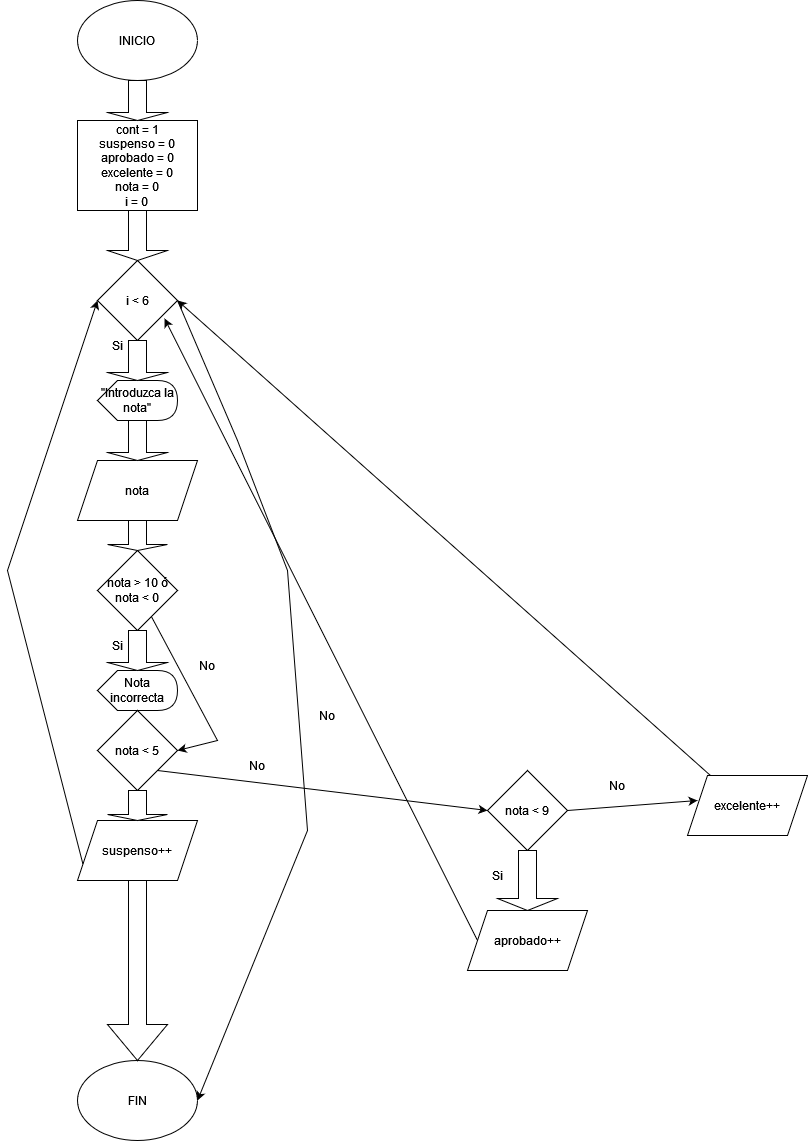
This is Ejercicio06.png from eumermondio/diagramasEntornosDesarrollo, a draw.io export, as it was before one commit. Source tidied: cells renumbered, new cells last; positions are measured from the earlier drawing's top-left corner, leaving out a move shared by most shapes.
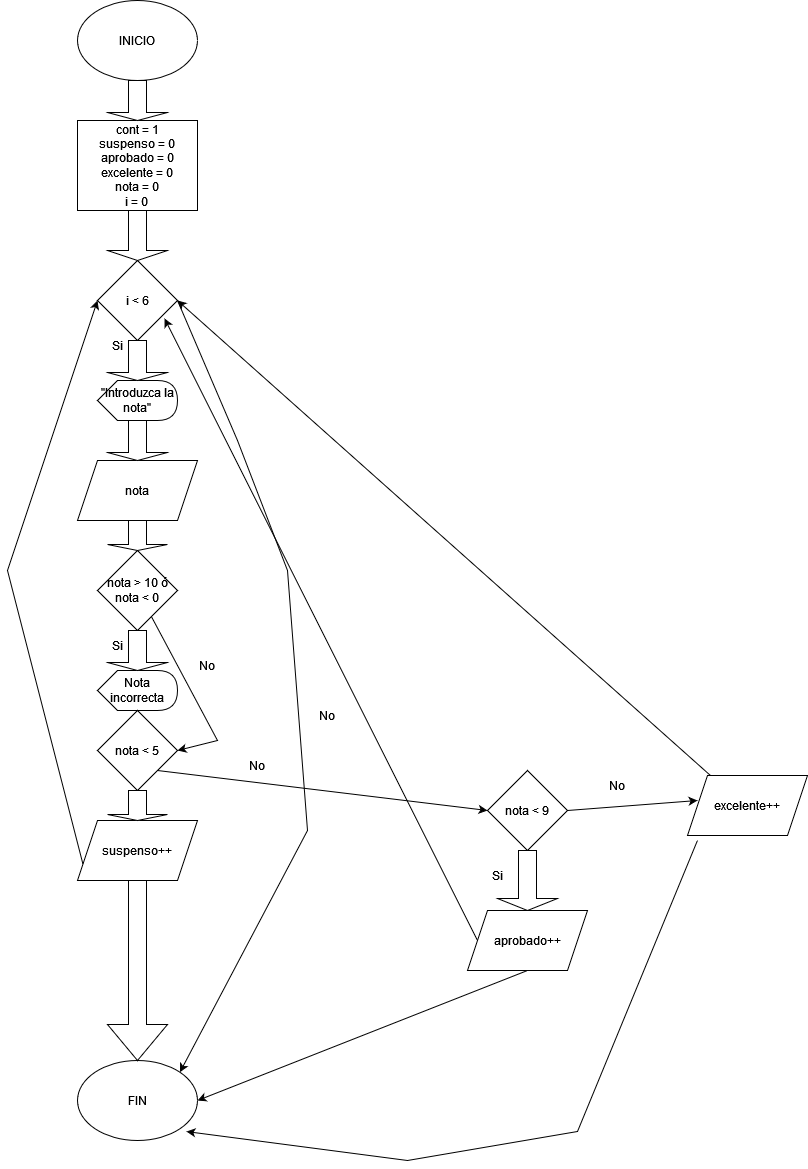
After the change.

The edit, as a diff of the source:
```diff
@@ -23,7 +23,7 @@
     <mxCell id="8" value="nota &amp;gt; 10 ó nota &amp;lt; 0" style="rhombus;whiteSpace=wrap;html=1;" parent="1" vertex="1">
       <mxGeometry x="90" y="550" width="80" height="80" as="geometry" />
     </mxCell>
-    <mxCell id="9" style="endArrow=classic;html=1;rounded=0;entryX=1;entryY=0.5;entryDx=0;entryDy=0;" parent="1" edge="1" target="3">
+    <mxCell id="9" style="endArrow=classic;html=1;rounded=0;entryX=1;entryY=0;entryDx=0;entryDy=0;" parent="1" edge="1" target="3">
       <mxGeometry relative="1" as="geometry">
         <mxPoint x="170" y="300" as="sourcePoint" />
         <Array as="points">
@@ -133,5 +133,16 @@
         <mxPoint x="703" y="775" as="sourcePoint" />
       </mxGeometry>
     </mxCell>
+    <mxCell id="38" style="endArrow=classic;html=1;rounded=0;exitX=0.5;exitY=1;exitDx=0;exitDy=0;entryX=1;entryY=0.5;entryDx=0;entryDy=0;" parent="1" edge="1" source="29" target="3">
+      <mxGeometry relative="1" as="geometry" />
+    </mxCell>
+    <mxCell id="39" style="endArrow=classic;html=1;rounded=0;entryX=0.908;entryY=0.888;entryDx=0;entryDy=0;entryPerimeter=0;exitX=0.083;exitY=1.083;exitDx=0;exitDy=0;exitPerimeter=0;" parent="1" edge="1" source="33" target="3">
+      <mxGeometry relative="1" as="geometry">
+        <Array as="points">
+          <mxPoint x="570" y="1131" />
+          <mxPoint x="400" y="1160" />
+        </Array>
+      </mxGeometry>
+    </mxCell>
   </root>
 </mxGraphModel>
```
